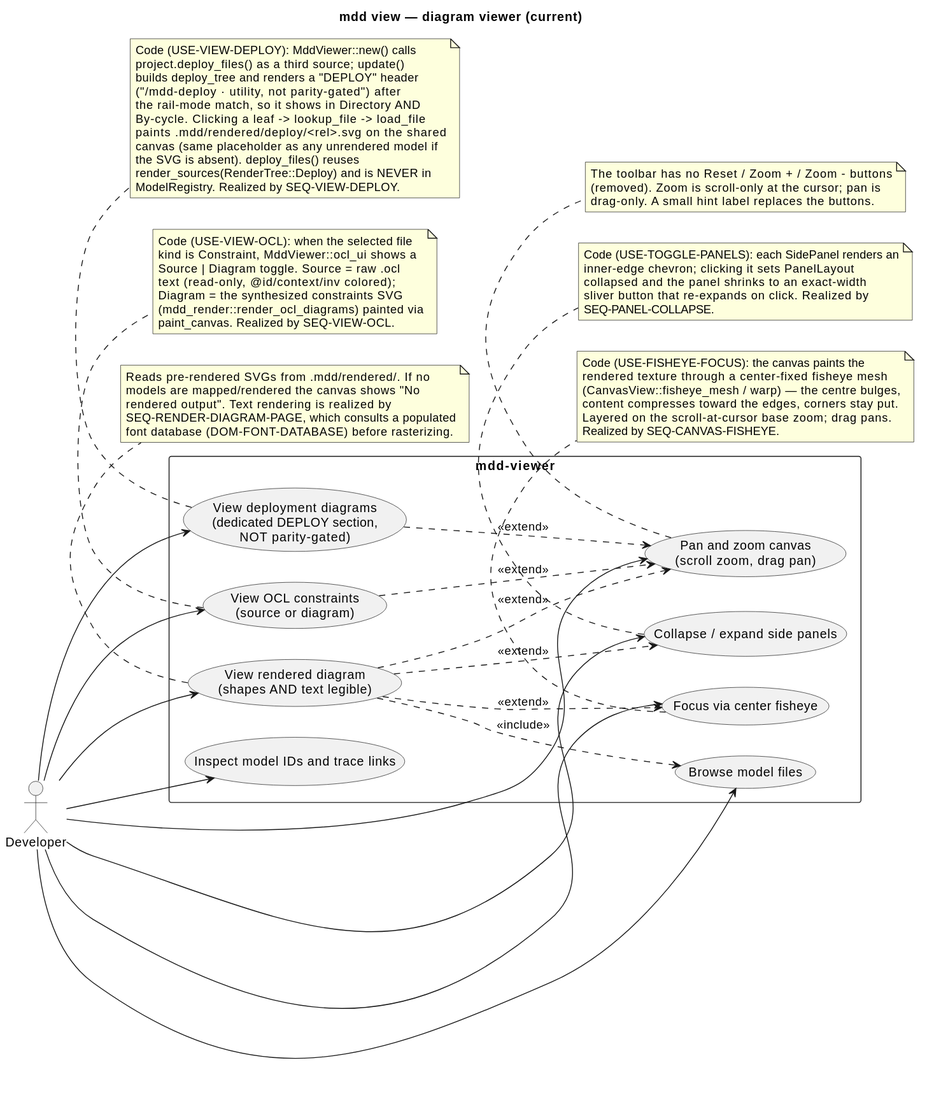
This is .mdd/rendered/models/current/use-cases/diagram-viewer.svg from cthadeufaria/model-driven-development, a PlantUML export, as it was before one commit. The source it was exported from:
```plantuml
@startuml
title mdd view — diagram viewer (current)

left to right direction

actor "Developer" as Dev

rectangle "mdd-viewer" {
  usecase "View rendered diagram\n(shapes AND text legible)" as View
  usecase "Browse model files" as Browse
  usecase "Pan and zoom canvas\n(scroll zoom, drag pan)" as PanZoom
  usecase "Focus via center fisheye" as Fisheye
  usecase "Collapse / expand side panels" as Panels
  usecase "Inspect model IDs and trace links" as Trace
  usecase "View OCL constraints\n(source or diagram)" as ViewOcl
  usecase "View deployment diagrams\n(dedicated DEPLOY section,\nNOT parity-gated)" as ViewDeploy
}

Dev --> View
Dev --> Browse
Dev --> PanZoom
Dev --> Fisheye
Dev --> Panels
Dev --> Trace
Dev --> ViewOcl
Dev --> ViewDeploy

View ..> Browse : <<include>>
View ..> PanZoom : <<extend>>
View ..> Fisheye : <<extend>>
View ..> Panels : <<extend>>
ViewOcl ..> PanZoom : <<extend>>
ViewDeploy ..> PanZoom : <<extend>>

note bottom of ViewOcl
  Code (USE-VIEW-OCL): when the selected file
  kind is Constraint, MddViewer::ocl_ui shows a
  Source | Diagram toggle. Source = raw .ocl
  text (read-only, @id/context/inv colored);
  Diagram = the synthesized constraints SVG
  (mdd_render::render_ocl_diagrams) painted via
  paint_canvas. Realized by SEQ-VIEW-OCL.
end note

note bottom of Fisheye
  Code (USE-FISHEYE-FOCUS): the canvas paints the
  rendered texture through a center-fixed fisheye mesh
  (CanvasView::fisheye_mesh / warp) — the centre bulges,
  content compresses toward the edges, corners stay put.
  Layered on the scroll-at-cursor base zoom; drag pans.
  Realized by SEQ-CANVAS-FISHEYE.
end note

note bottom of PanZoom
  The toolbar has no Reset / Zoom + / Zoom - buttons
  (removed). Zoom is scroll-only at the cursor; pan is
  drag-only. A small hint label replaces the buttons.
end note

note bottom of Panels
  Code (USE-TOGGLE-PANELS): each SidePanel renders an
  inner-edge chevron; clicking it sets PanelLayout
  collapsed and the panel shrinks to an exact-width
  sliver button that re-expands on click. Realized by
  SEQ-PANEL-COLLAPSE.
end note

note bottom of View
  Reads pre-rendered SVGs from .mdd/rendered/. If no
  models are mapped/rendered the canvas shows "No
  rendered output". Text rendering is realized by
  SEQ-RENDER-DIAGRAM-PAGE, which consults a populated
  font database (DOM-FONT-DATABASE) before rasterizing.
end note

note bottom of ViewDeploy
  Code (USE-VIEW-DEPLOY): MddViewer::new() calls
  project.deploy_files() as a third source; update()
  builds deploy_tree and renders a "DEPLOY" header
  ("/mdd-deploy · utility, not parity-gated") after
  the rail-mode match, so it shows in Directory AND
  By-cycle. Clicking a leaf -> lookup_file -> load_file
  paints .mdd/rendered/deploy/<rel>.svg on the shared
  canvas (same placeholder as any unrendered model if
  the SVG is absent). deploy_files() reuses
  render_sources(RenderTree::Deploy) and is NEVER in
  ModelRegistry. Realized by SEQ-VIEW-DEPLOY.
end note
@enduml
```
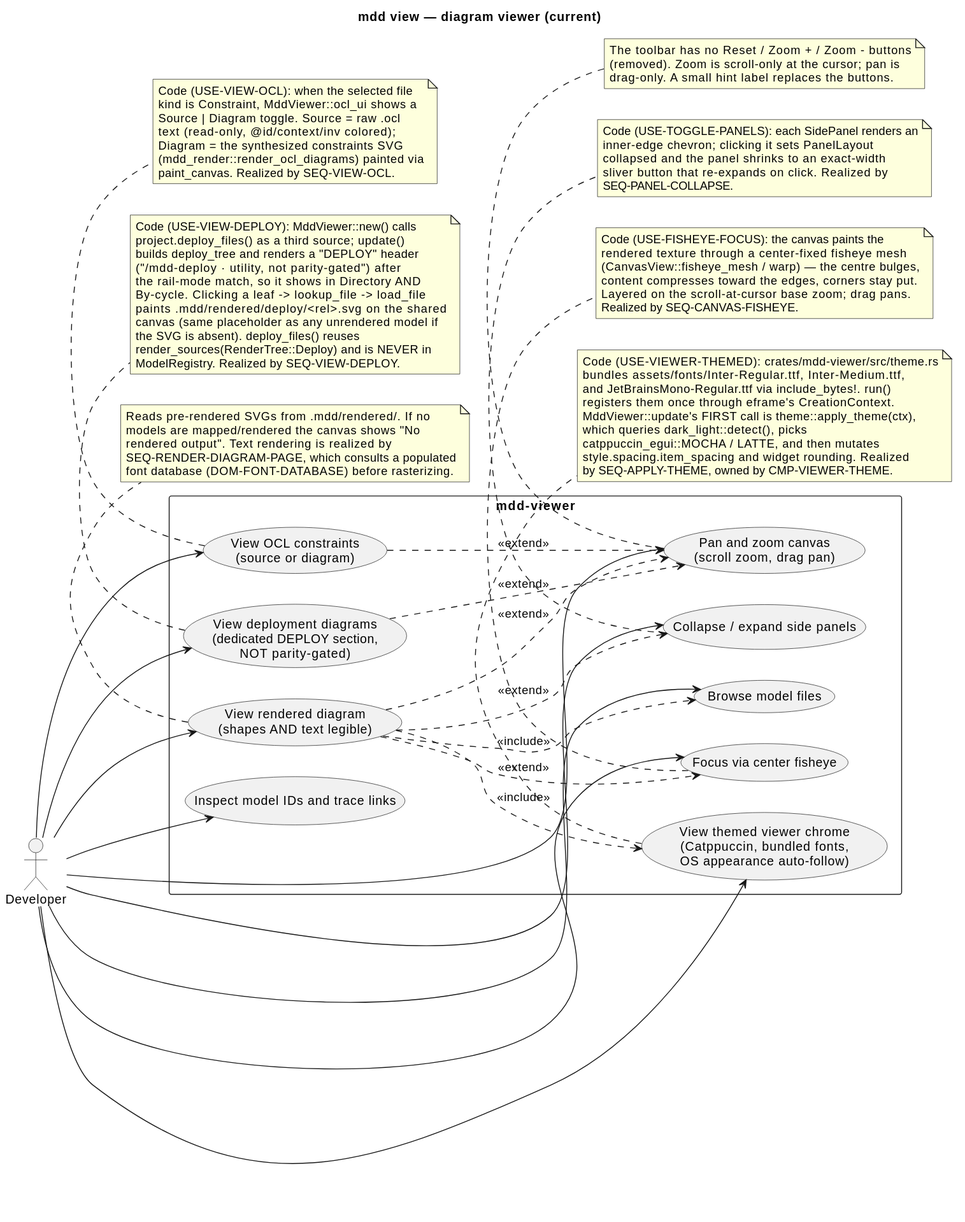
The same file after the commit.

Change to the diagram source:
```diff
@@ -14,6 +14,7 @@
   usecase "Inspect model IDs and trace links" as Trace
   usecase "View OCL constraints\n(source or diagram)" as ViewOcl
   usecase "View deployment diagrams\n(dedicated DEPLOY section,\nNOT parity-gated)" as ViewDeploy
+  usecase "View themed viewer chrome\n(Catppuccin, bundled fonts,\nOS appearance auto-follow)" as Themed
 }
 
 Dev --> View
@@ -24,11 +25,13 @@
 Dev --> Trace
 Dev --> ViewOcl
 Dev --> ViewDeploy
+Dev --> Themed
 
 View ..> Browse : <<include>>
 View ..> PanZoom : <<extend>>
 View ..> Fisheye : <<extend>>
 View ..> Panels : <<extend>>
+View ..> Themed : <<include>>
 ViewOcl ..> PanZoom : <<extend>>
 ViewDeploy ..> PanZoom : <<extend>>
 
@@ -73,6 +76,18 @@
   font database (DOM-FONT-DATABASE) before rasterizing.
 end note
 
+note bottom of Themed
+  Code (USE-VIEWER-THEMED): crates/mdd-viewer/src/theme.rs
+  bundles assets/fonts/Inter-Regular.ttf, Inter-Medium.ttf,
+  and JetBrainsMono-Regular.ttf via include_bytes!. run()
+  registers them once through eframe's CreationContext.
+  MddViewer::update's FIRST call is theme::apply_theme(ctx),
+  which queries dark_light::detect(), picks
+  catppuccin_egui::MOCHA / LATTE, and then mutates
+  style.spacing.item_spacing and widget rounding. Realized
+  by SEQ-APPLY-THEME, owned by CMP-VIEWER-THEME.
+end note
+
 note bottom of ViewDeploy
   Code (USE-VIEW-DEPLOY): MddViewer::new() calls
   project.deploy_files() as a third source; update()
```
